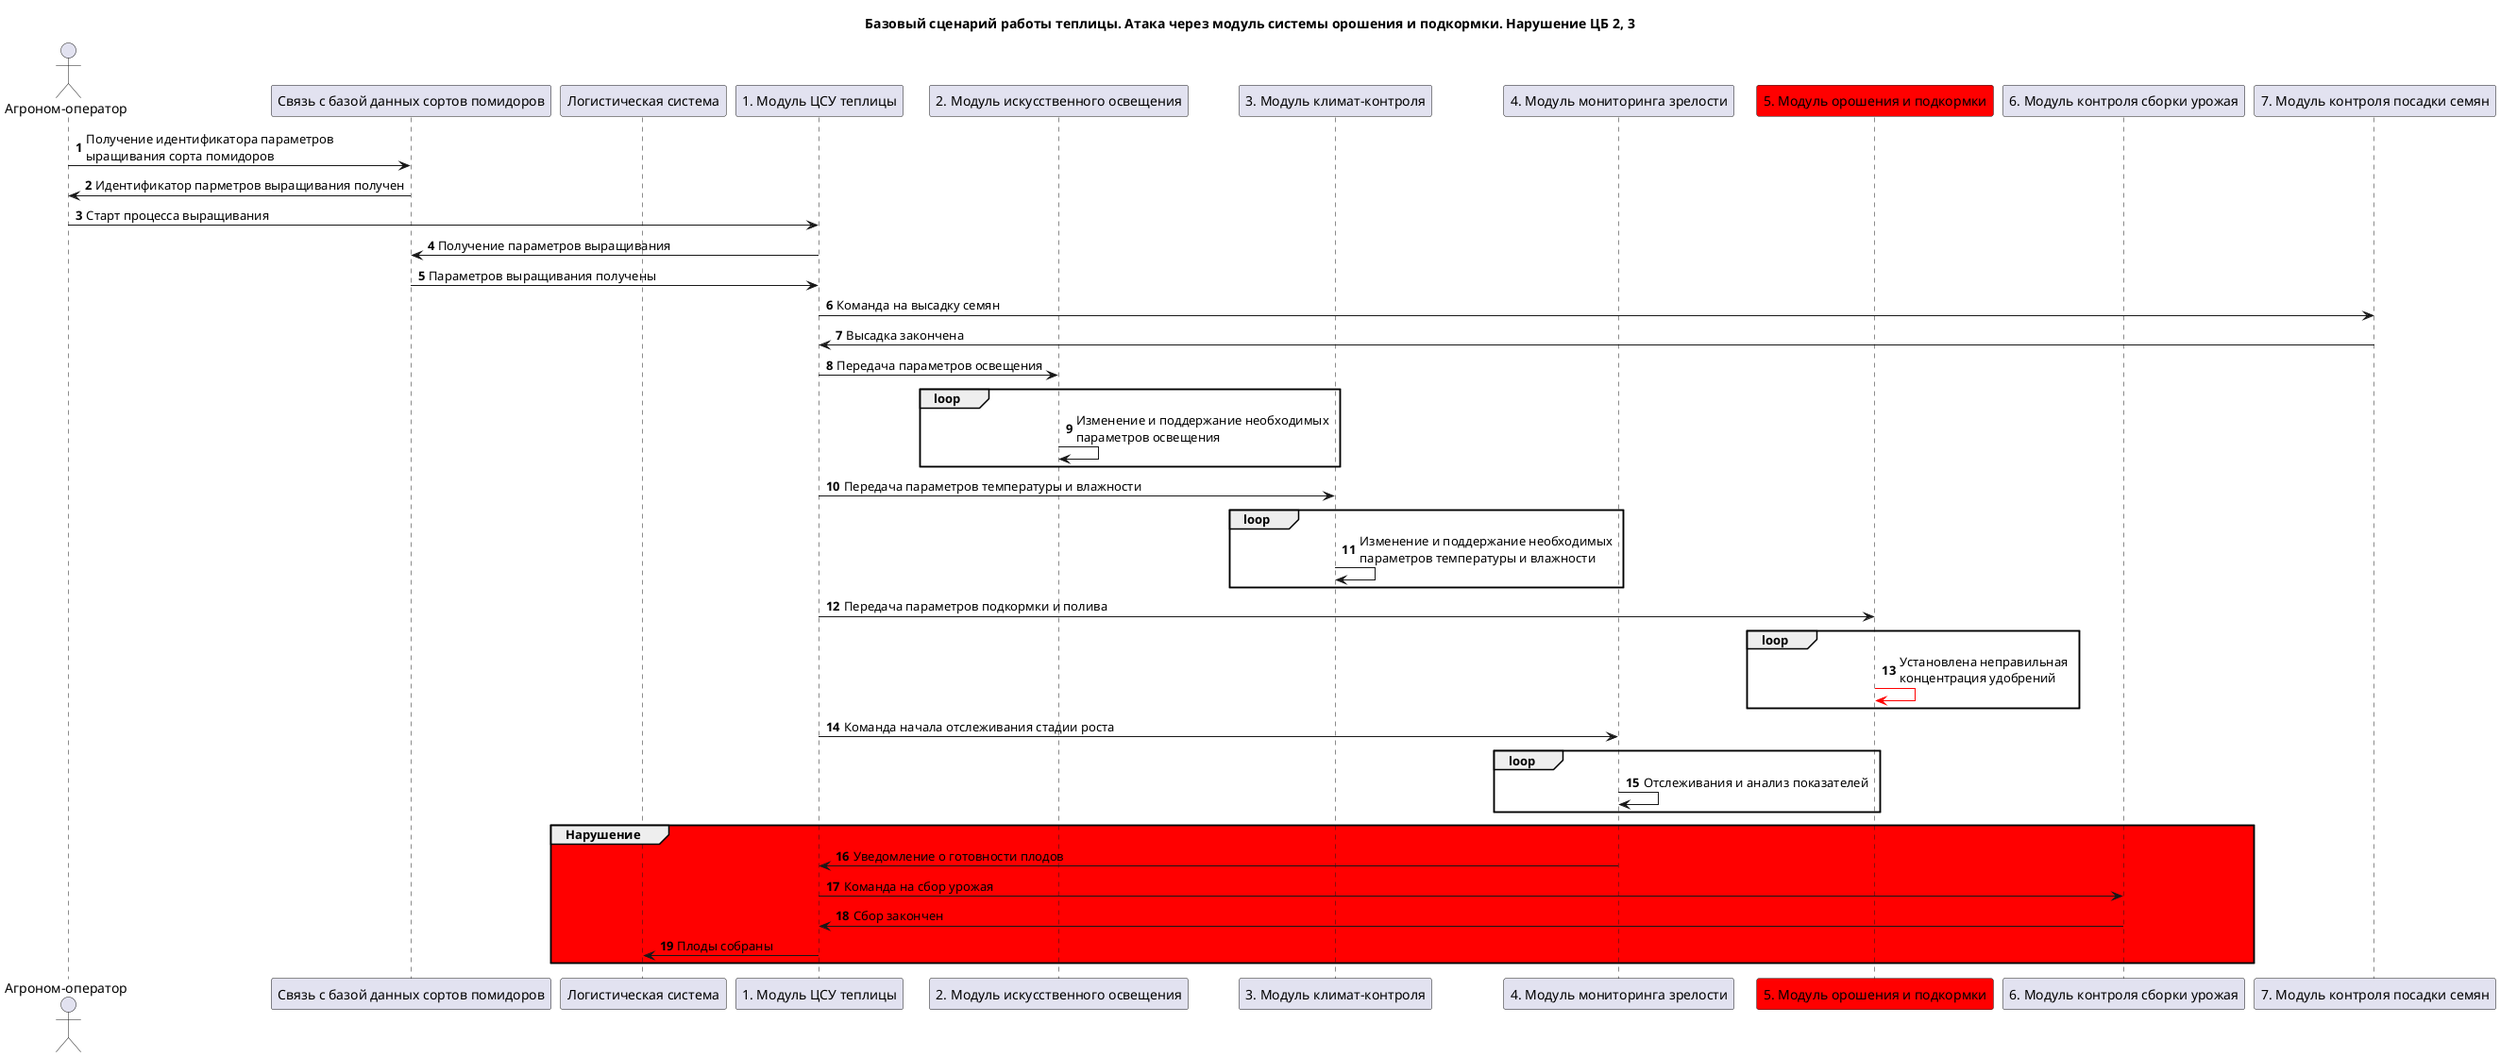
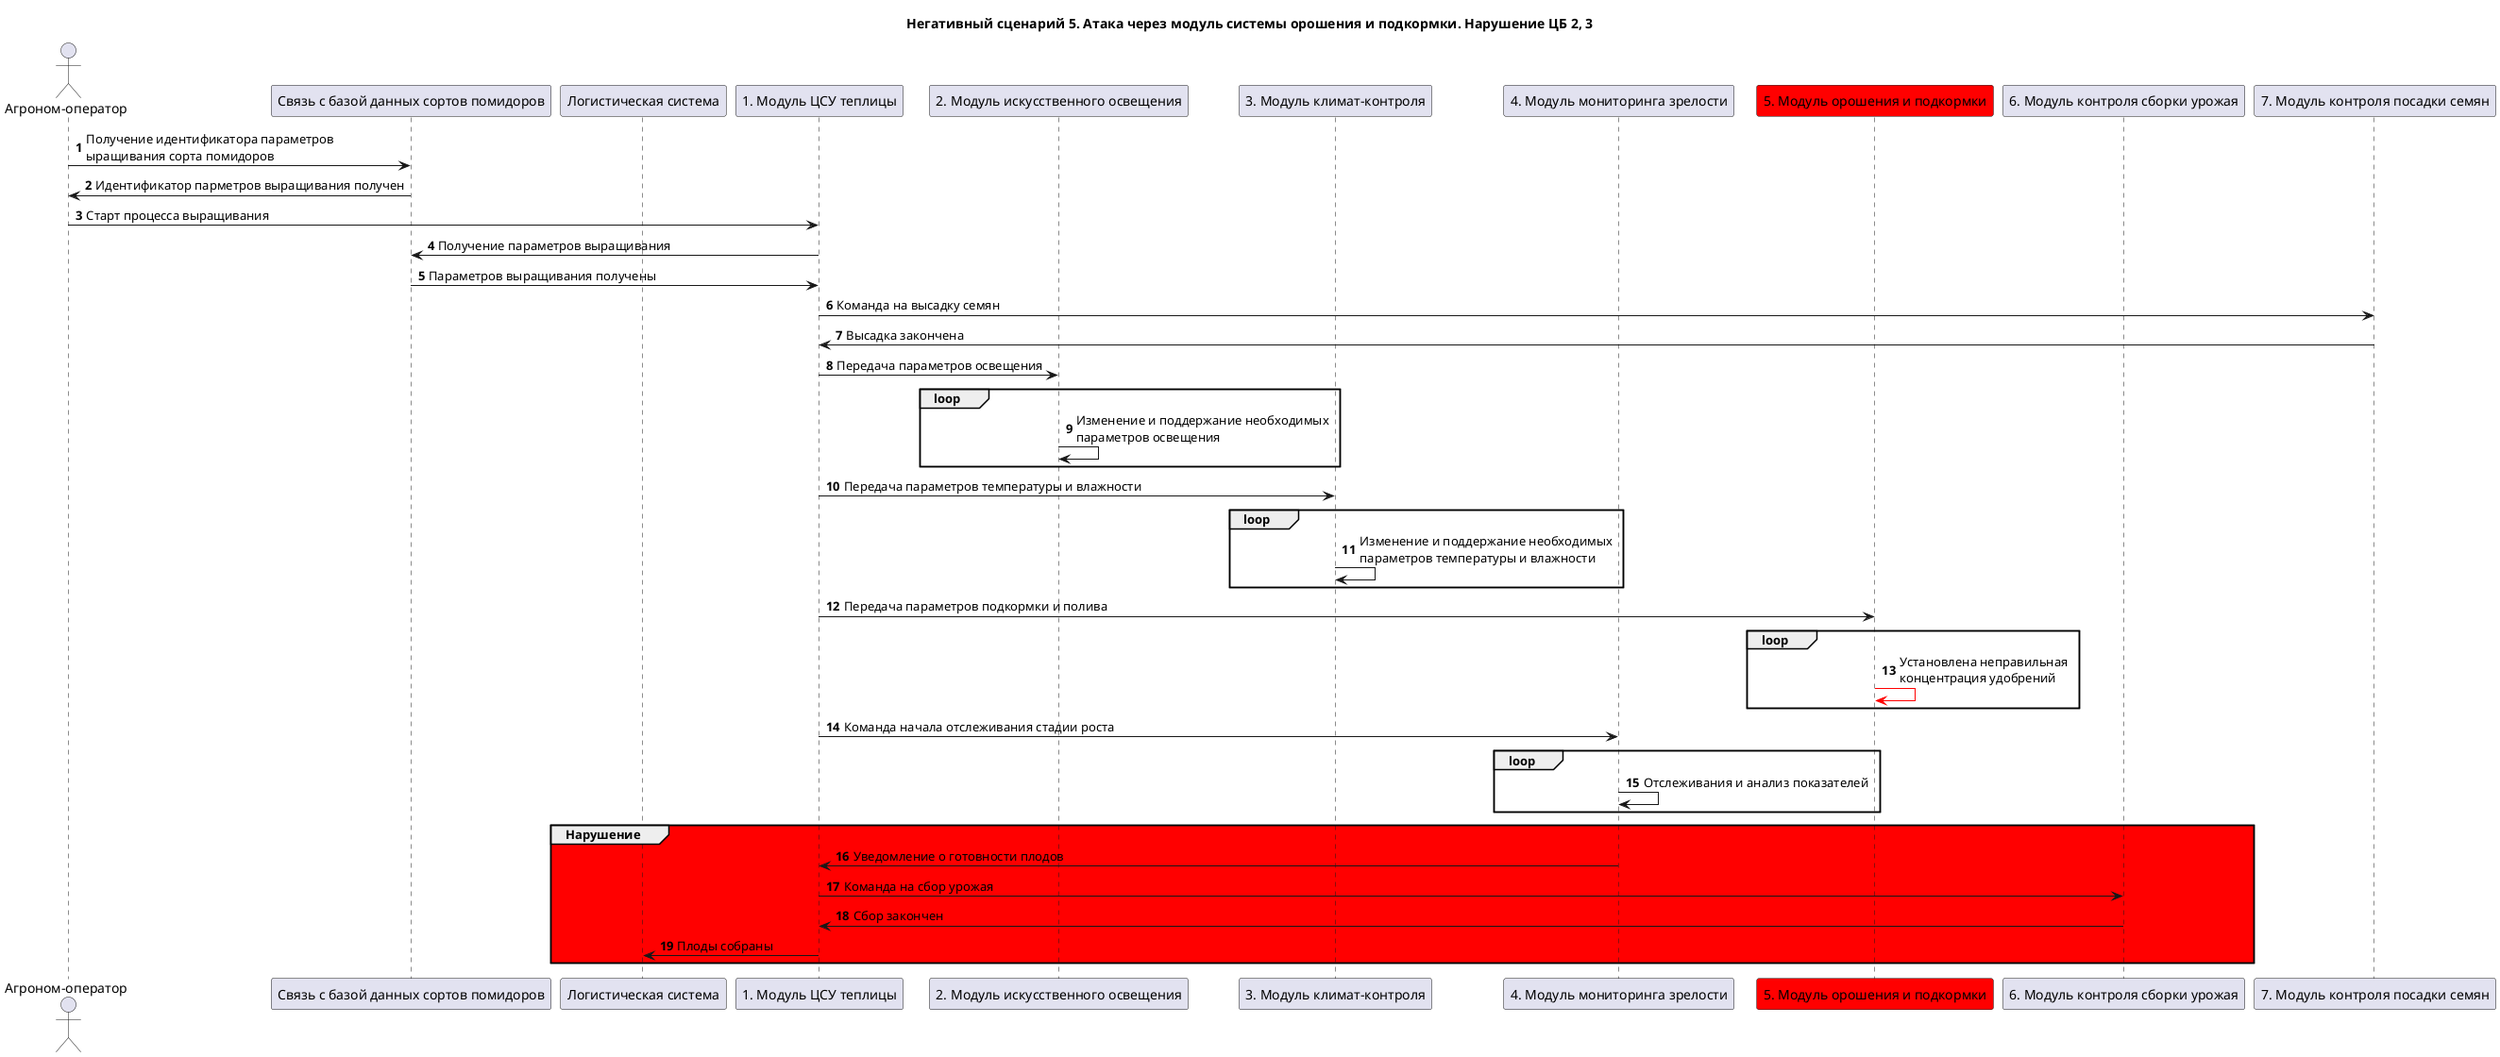
@startuml "ns-5"

- title "Базовый сценарий работы теплицы. Атака через модуль системы орошения и подкормки. Нарушение ЦБ 2, 3"
+ title "Негативный сценарий 5. Атака через модуль системы орошения и подкормки. Нарушение ЦБ 2, 3"

actor "Агроном-оператор" as operator
participant "Связь с базой данных сортов помидоров" as tomato_db
participant "Логистическая система" as logistics_system
participant "1. Модуль ЦСУ теплицы" as main_control_module
participant "2. Модуль искусственного освещения" as lighting_module
participant "3. Модуль климат-контроля" as climate_control_module
participant "4. Модуль мониторинга зрелости" as ripeness_monitor_module
participant "5. Модуль орошения и подкормки" as irrigation_module #red
participant "6. Модуль контроля сборки урожая" as harvesting_module
participant "7. Модуль контроля посадки семян" as planting_module

autonumber

operator -> tomato_db: Получение идентификатора параметров\nыращивания сорта помидоров
tomato_db -> operator: Идентификатор парметров выращивания получен

operator -> main_control_module: Старт процесса выращивания

main_control_module -> tomato_db: Получение параметров выращивания
tomato_db -> main_control_module: Параметров выращивания получены

main_control_module -> planting_module: Команда на высадку семян
planting_module -> main_control_module: Высадка закончена

main_control_module -> lighting_module: Передача параметров освещения
loop
lighting_module -> lighting_module: Изменение и поддержание необходимых\nпараметров освещения
end

main_control_module -> climate_control_module: Передача параметров температуры и влажности
loop
climate_control_module -> climate_control_module: Изменение и поддержание необходимых\nпараметров температуры и влажности
end

main_control_module -> irrigation_module: Передача параметров подкормки и полива
loop
irrigation_module -[#red]> irrigation_module: Установлена неправильная\nконцентрация удобрений
end

main_control_module -> ripeness_monitor_module: Команда начала отслеживания стадии роста
loop
ripeness_monitor_module -> ripeness_monitor_module: Отслеживания и анализ показателей
end

group #red Нарушение
ripeness_monitor_module -> main_control_module: Уведомление о готовности плодов

main_control_module -> harvesting_module: Команда на сбор урожая
harvesting_module -> main_control_module: Сбор закончен

main_control_module -> logistics_system: Плоды собраны
end

@enduml